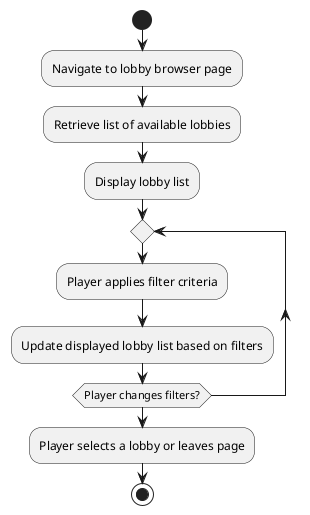
Before: documentation/new-docs/diagrams/module2/transaction2_1_activity.png, a diagram exported from PlantUML (hiimghostine/darknet-duel). Its diagram source:
```plantuml
@startuml
start
:Navigate to lobby browser page;
:Retrieve list of available lobbies;
:Display lobby list;
repeat
  :Player applies filter criteria;
  :Update displayed lobby list based on filters;
repeat while (Player changes filters?)
:Player selects a lobby or leaves page;
stop
@enduml
```
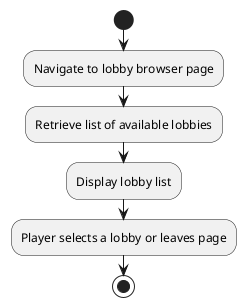
The same diagram one commit later.

What changed in the source:
```diff
@@ -3,10 +3,6 @@
 :Navigate to lobby browser page;
 :Retrieve list of available lobbies;
 :Display lobby list;
-repeat
-  :Player applies filter criteria;
-  :Update displayed lobby list based on filters;
-repeat while (Player changes filters?)
 :Player selects a lobby or leaves page;
 stop
 @enduml
```
